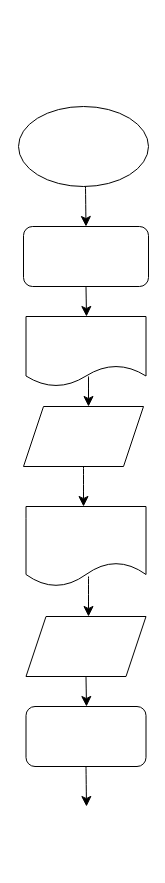
Above: Diagrama sin título.drawio in Viridianaaaaaaa/3erasdeMeto (draw.io), before the change. Source tidied: cells renumbered, new cells numbered last; positions are measured from the earlier drawing's top-left corner, leaving out a move shared by most shapes. Both pictures are drawn from the tidied source at 100%, with x=0, y=0 at pixel (18, 106).
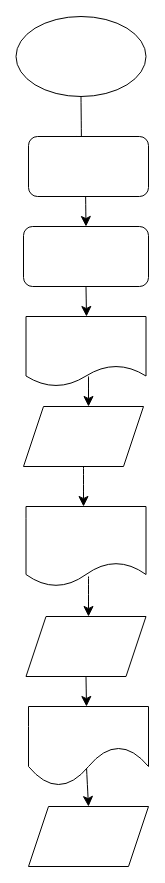
The same diagram, later.

Commit message:
Diagrama de registro de Github

Diff of the diagram source:
```diff
@@
     <mxCell id="2" style="ellipse;whiteSpace=wrap;html=1;" parent="1" vertex="1">
-      <mxGeometry width="130" height="80" as="geometry" />
+      <mxGeometry x="-2.5" y="-90" width="130" height="80" as="geometry" />
     </mxCell>
@@
-    <mxCell id="14" style="rounded=1;whiteSpace=wrap;html=1;" parent="1" vertex="1">
-      <mxGeometry x="7.5" y="600" width="120" height="60" as="geometry" />
-    </mxCell>
-    <mxCell id="15" style="edgeStyle=none;jettySize=auto;html=1;rounded=0;fontSize=12;startSize=8;endSize=8;curved=1;exitX=0.5;exitY=1;exitDx=0;exitDy=0;" parent="1" edge="1" source="14">
+    <mxCell id="15" style="edgeStyle=none;jettySize=auto;html=1;rounded=0;fontSize=12;startSize=8;endSize=8;curved=1;exitX=0.483;exitY=0.75;exitDx=0;exitDy=0;exitPerimeter=0;" parent="1" edge="1" source="18">
       <mxGeometry relative="1" as="geometry">
-        <mxPoint x="68" y="700" as="targetPoint" />
+        <mxPoint x="70" y="700" as="targetPoint" />
       </mxGeometry>
     </mxCell>
+    <mxCell id="16" style="edgeStyle=none;jettySize=auto;html=1;rounded=0;fontSize=12;startSize=8;endSize=8;curved=1;exitX=0.5;exitY=1;exitDx=0;exitDy=0;" parent="1" edge="1" source="2">
+      <mxGeometry relative="1" as="geometry">
+        <mxPoint x="63" y="40" as="targetPoint" />
+      </mxGeometry>
+    </mxCell>
+    <mxCell id="17" style="rounded=1;whiteSpace=wrap;html=1;" parent="1" vertex="1">
+      <mxGeometry x="10" y="30" width="120" height="60" as="geometry" />
+    </mxCell>
+    <mxCell id="18" style="shape=document;whiteSpace=wrap;html=1;boundedLbl=1;size=0.5;" parent="1" vertex="1">
+      <mxGeometry x="10" y="600" width="120" height="80" as="geometry" />
+    </mxCell>
+    <mxCell id="19" style="shape=parallelogram;perimeter=parallelogramPerimeter;whiteSpace=wrap;html=1;fixedSize=1;" parent="1" vertex="1">
+      <mxGeometry x="10" y="700" width="120" height="60" as="geometry" />
+    </mxCell>
```
